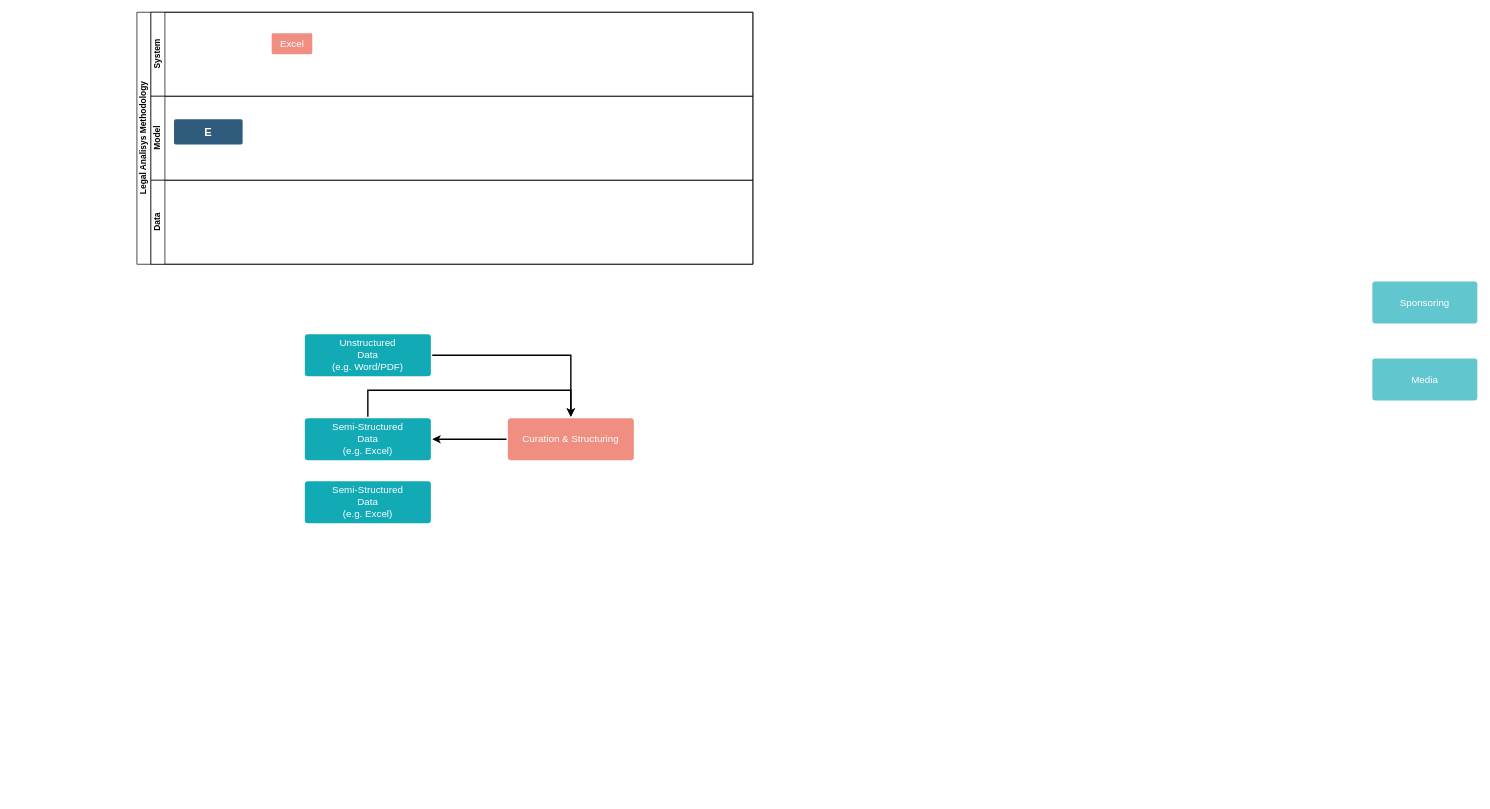
The draw.io diagram docs/lam vision.drawio in meaningfy-ws/lam4vb3, before the edit. Source tidied: cells renumbered, new cells numbered last; positions are measured from the earlier drawing's top-left corner, leaving out a move shared by most shapes. Both pictures are drawn from the tidied source at 70%, with x=0, y=0 at pixel (136, 12).
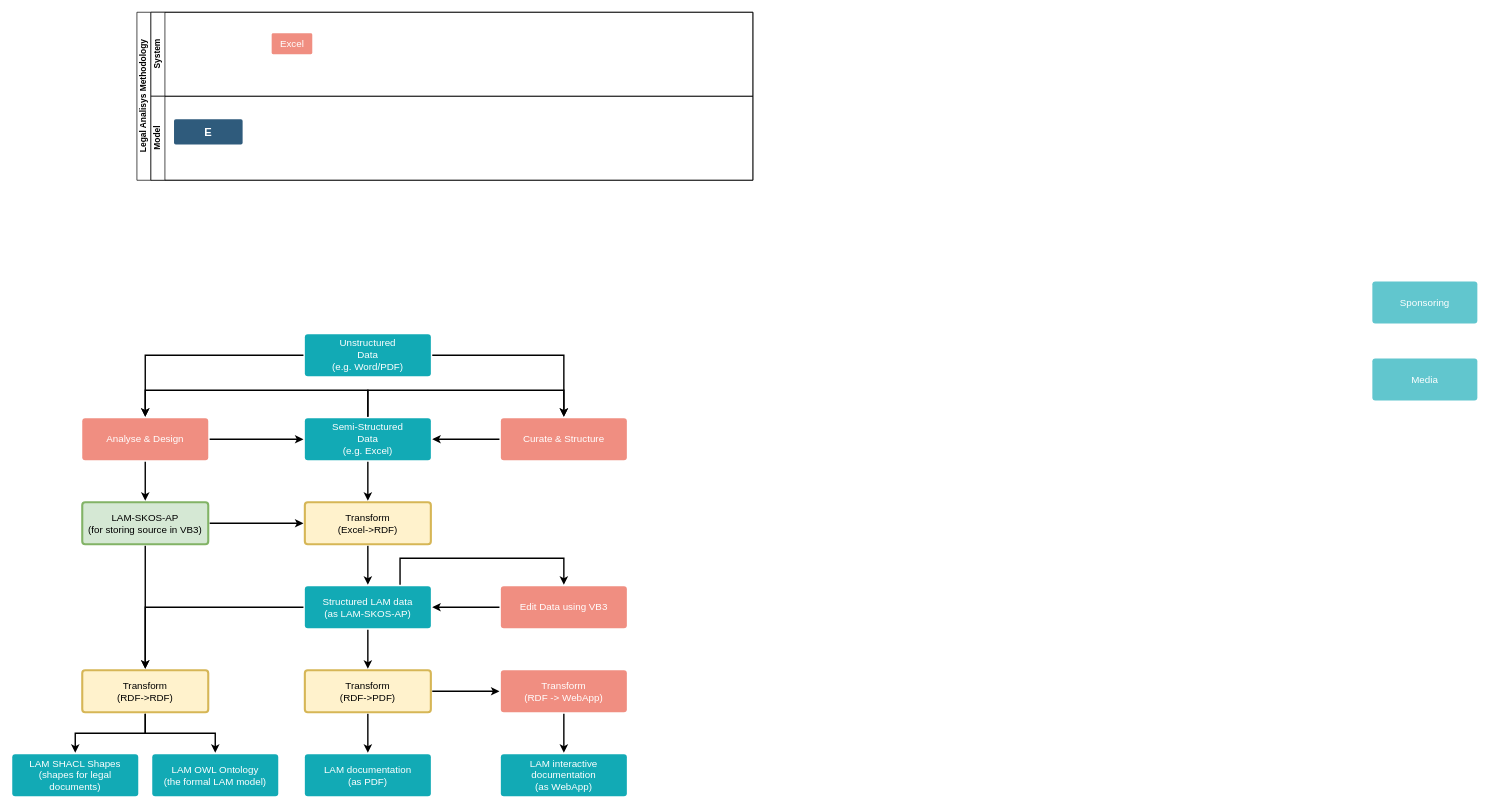
The same diagram, later.

The change refers to these unchanged cells:
```xml
<mxCell id="11" value="&lt;span style=&quot;font-weight: normal&quot;&gt;Semi-Structured&lt;br&gt;Data&lt;br&gt;(e.g. Excel)&lt;/span&gt;&lt;br&gt;" style="rounded=1;whiteSpace=wrap;html=1;shadow=0;labelBackgroundColor=none;strokeColor=none;strokeWidth=3;fillColor=#12aab5;fontFamily=Helvetica;fontSize=14;fontColor=#FFFFFF;align=center;spacing=5;fontStyle=1;arcSize=7;perimeterSpacing=2;" parent="1" vertex="1">
  <mxGeometry x="240" y="580" width="180" height="60" as="geometry" />
</mxCell>
<mxCell id="13" value="&lt;span style=&quot;font-weight: normal&quot;&gt;Unstructured&lt;br&gt;Data&lt;br&gt;(e.g. Word/PDF)&lt;/span&gt;&lt;br&gt;" style="rounded=1;whiteSpace=wrap;html=1;shadow=0;labelBackgroundColor=none;strokeColor=none;strokeWidth=3;fillColor=#12aab5;fontFamily=Helvetica;fontSize=14;fontColor=#FFFFFF;align=center;spacing=5;fontStyle=1;arcSize=7;perimeterSpacing=2;" parent="1" vertex="1">
  <mxGeometry x="240" y="460" width="180" height="60" as="geometry" />
</mxCell>
```

What changed in the source:
```diff
@@
     <mxCell id="4" value="Legal Analisys Methodology" style="swimlane;html=1;horizontal=0;startSize=20;" parent="1" vertex="1">
-      <mxGeometry x="0.1" width="880" height="360" as="geometry" />
+      <mxGeometry x="0.1" width="880" height="240" as="geometry" />
     </mxCell>
@@
-    <mxCell id="9" value="Data" style="swimlane;html=1;startSize=20;horizontal=0;" parent="4" vertex="1">
-      <mxGeometry x="20" y="240" width="860" height="120" as="geometry" />
-    </mxCell>
-    <mxCell id="10" style="edgeStyle=orthogonalEdgeStyle;rounded=0;jettySize=auto;html=1;strokeWidth=2;exitX=0.5;exitY=0;exitDx=0;exitDy=0;" parent="1" edge="1" source="11">
+    <mxCell id="10" style="edgeStyle=orthogonalEdgeStyle;rounded=0;jettySize=auto;html=1;strokeWidth=2;exitX=0.5;exitY=0;exitDx=0;exitDy=0;entryX=0.5;entryY=0;entryDx=0;entryDy=0;" parent="1" edge="1" source="11" target="15">
       <mxGeometry relative="1" as="geometry">
-        <mxPoint x="620" y="578" as="targetPoint" />
         <Array as="points">
           <mxPoint x="330" y="540" />
-          <mxPoint x="620" y="540" />
+          <mxPoint x="610" y="540" />
         </Array>
       </mxGeometry>
     </mxCell>
+    <mxCell id="17" style="edgeStyle=orthogonalEdgeStyle;rounded=0;jettySize=auto;html=1;strokeWidth=2;exitX=0.5;exitY=1;exitDx=0;exitDy=0;entryX=0.5;entryY=0;entryDx=0;entryDy=0;" parent="1" edge="1" source="11" target="26">
+      <mxGeometry relative="1" as="geometry" />
+    </mxCell>
+    <mxCell id="18" style="edgeStyle=orthogonalEdgeStyle;rounded=0;jettySize=auto;html=1;entryX=0.5;entryY=0;entryDx=0;entryDy=0;strokeWidth=2;" parent="1" edge="1" source="11" target="24">
+      <mxGeometry relative="1" as="geometry">
+        <Array as="points">
+          <mxPoint x="330" y="540" />
+          <mxPoint x="12" y="540" />
+        </Array>
+      </mxGeometry>
+    </mxCell>
@@
+    <mxCell id="19" style="edgeStyle=orthogonalEdgeStyle;rounded=0;jettySize=auto;html=1;strokeWidth=2;" parent="1" edge="1" source="13" target="24">
+      <mxGeometry relative="1" as="geometry" />
+    </mxCell>
@@
-    <mxCell id="15" value="Curation &amp;amp; Structuring" style="rounded=1;whiteSpace=wrap;html=1;shadow=0;labelBackgroundColor=none;strokeColor=none;strokeWidth=3;fillColor=#f08e81;fontFamily=Helvetica;fontSize=14;fontColor=#FFFFFF;align=center;spacing=5;fontStyle=0;arcSize=7;perimeterSpacing=2;" parent="1" vertex="1">
-      <mxGeometry x="530" y="580" width="180" height="60" as="geometry" />
+    <mxCell id="15" value="Curate &amp;amp; Structure" style="rounded=1;whiteSpace=wrap;html=1;shadow=0;labelBackgroundColor=none;strokeColor=none;strokeWidth=3;fillColor=#f08e81;fontFamily=Helvetica;fontSize=14;fontColor=#FFFFFF;align=center;spacing=5;fontStyle=0;arcSize=7;perimeterSpacing=2;" parent="1" vertex="1">
+      <mxGeometry x="520" y="580" width="180" height="60" as="geometry" />
     </mxCell>
+    <mxCell id="20" style="edgeStyle=orthogonalEdgeStyle;rounded=0;jettySize=auto;html=1;entryX=0;entryY=0.5;entryDx=0;entryDy=0;strokeWidth=2;" parent="1" edge="1" source="16" target="26">
+      <mxGeometry relative="1" as="geometry" />
+    </mxCell>
+    <mxCell id="21" style="edgeStyle=orthogonalEdgeStyle;rounded=0;jettySize=auto;html=1;strokeWidth=2;" parent="1" edge="1" source="16" target="42">
+      <mxGeometry relative="1" as="geometry" />
+    </mxCell>
-    <mxCell id="16" value="&lt;span style=&quot;font-weight: normal&quot;&gt;Semi-Structured&lt;br&gt;Data&lt;br&gt;(e.g. Excel)&lt;/span&gt;&lt;br&gt;" style="rounded=1;whiteSpace=wrap;html=1;shadow=0;labelBackgroundColor=none;strokeColor=none;strokeWidth=3;fillColor=#12aab5;fontFamily=Helvetica;fontSize=14;fontColor=#FFFFFF;align=center;spacing=5;fontStyle=1;arcSize=7;perimeterSpacing=2;" parent="1" vertex="1">
-      <mxGeometry x="240" y="670" width="180" height="60" as="geometry" />
+    <mxCell id="16" value="&lt;span style=&quot;font-weight: normal&quot;&gt;LAM-SKOS-AP&lt;br&gt;(for storing source in VB3)&lt;/span&gt;&lt;br&gt;" style="rounded=1;whiteSpace=wrap;html=1;shadow=0;labelBackgroundColor=none;strokeColor=#82b366;strokeWidth=3;fillColor=#d5e8d4;fontFamily=Helvetica;fontSize=14;align=center;spacing=5;fontStyle=1;arcSize=7;perimeterSpacing=2;" parent="1" vertex="1">
+      <mxGeometry x="-78" y="700" width="180" height="60" as="geometry" />
     </mxCell>
+    <mxCell id="22" style="edgeStyle=orthogonalEdgeStyle;rounded=0;jettySize=auto;html=1;strokeWidth=2;" parent="1" edge="1" source="24" target="11">
+      <mxGeometry relative="1" as="geometry" />
+    </mxCell>
+    <mxCell id="23" style="edgeStyle=orthogonalEdgeStyle;rounded=0;jettySize=auto;html=1;strokeWidth=2;entryX=0.5;entryY=0;entryDx=0;entryDy=0;" parent="1" edge="1" source="24" target="16">
+      <mxGeometry relative="1" as="geometry" />
+    </mxCell>
+    <mxCell id="24" value="Analyse &amp;amp; Design" style="rounded=1;whiteSpace=wrap;html=1;shadow=0;labelBackgroundColor=none;strokeColor=none;strokeWidth=3;fillColor=#f08e81;fontFamily=Helvetica;fontSize=14;fontColor=#FFFFFF;align=center;spacing=5;fontStyle=0;arcSize=7;perimeterSpacing=2;" parent="1" vertex="1">
+      <mxGeometry x="-78" y="580" width="180" height="60" as="geometry" />
+    </mxCell>
+    <mxCell id="25" style="edgeStyle=orthogonalEdgeStyle;rounded=0;jettySize=auto;html=1;strokeWidth=2;" parent="1" edge="1" source="26" target="30">
+      <mxGeometry relative="1" as="geometry" />
+    </mxCell>
+    <mxCell id="26" value="Transform&lt;br&gt;(Excel-&amp;gt;RDF)&lt;br&gt;" style="rounded=1;whiteSpace=wrap;html=1;shadow=0;labelBackgroundColor=none;strokeColor=#d6b656;strokeWidth=3;fillColor=#fff2cc;fontFamily=Helvetica;fontSize=14;align=center;spacing=5;fontStyle=0;arcSize=7;perimeterSpacing=2;" parent="1" vertex="1">
+      <mxGeometry x="240" y="700" width="180" height="60" as="geometry" />
+    </mxCell>
+    <mxCell id="27" style="edgeStyle=orthogonalEdgeStyle;rounded=0;jettySize=auto;html=1;entryX=0.5;entryY=0;entryDx=0;entryDy=0;strokeWidth=2;exitX=0.75;exitY=0;exitDx=0;exitDy=0;" parent="1" edge="1" source="30" target="32">
+      <mxGeometry relative="1" as="geometry">
+        <Array as="points">
+          <mxPoint x="376" y="780" />
+          <mxPoint x="610" y="780" />
+        </Array>
+      </mxGeometry>
+    </mxCell>
+    <mxCell id="28" style="edgeStyle=orthogonalEdgeStyle;rounded=0;jettySize=auto;html=1;strokeWidth=2;" parent="1" edge="1" source="30" target="35">
+      <mxGeometry relative="1" as="geometry" />
+    </mxCell>
+    <mxCell id="29" style="edgeStyle=orthogonalEdgeStyle;rounded=0;jettySize=auto;html=1;strokeWidth=2;" parent="1" edge="1" source="30" target="42">
+      <mxGeometry relative="1" as="geometry" />
+    </mxCell>
+    <mxCell id="30" value="&lt;span style=&quot;font-weight: normal&quot;&gt;Structured LAM data&lt;br&gt;(as LAM-SKOS-AP)&lt;/span&gt;&lt;br&gt;" style="rounded=1;whiteSpace=wrap;html=1;shadow=0;labelBackgroundColor=none;strokeColor=none;strokeWidth=3;fillColor=#12aab5;fontFamily=Helvetica;fontSize=14;fontColor=#FFFFFF;align=center;spacing=5;fontStyle=1;arcSize=7;perimeterSpacing=2;" parent="1" vertex="1">
+      <mxGeometry x="240" y="820" width="180" height="60" as="geometry" />
+    </mxCell>
+    <mxCell id="31" style="edgeStyle=orthogonalEdgeStyle;rounded=0;jettySize=auto;html=1;strokeWidth=2;" parent="1" edge="1" source="32" target="30">
+      <mxGeometry relative="1" as="geometry" />
+    </mxCell>
+    <mxCell id="32" value="Edit Data using VB3" style="rounded=1;whiteSpace=wrap;html=1;shadow=0;labelBackgroundColor=none;strokeColor=none;strokeWidth=3;fillColor=#f08e81;fontFamily=Helvetica;fontSize=14;fontColor=#FFFFFF;align=center;spacing=5;fontStyle=0;arcSize=7;perimeterSpacing=2;" parent="1" vertex="1">
+      <mxGeometry x="520" y="820" width="180" height="60" as="geometry" />
+    </mxCell>
+    <mxCell id="33" style="edgeStyle=orthogonalEdgeStyle;rounded=0;jettySize=auto;html=1;strokeWidth=2;" parent="1" edge="1" source="35" target="36">
+      <mxGeometry relative="1" as="geometry" />
+    </mxCell>
+    <mxCell id="34" style="edgeStyle=orthogonalEdgeStyle;rounded=0;jettySize=auto;html=1;strokeWidth=2;" parent="1" edge="1" source="35" target="39">
+      <mxGeometry relative="1" as="geometry" />
+    </mxCell>
+    <mxCell id="35" value="Transform&lt;br&gt;(RDF-&amp;gt;PDF)&lt;br&gt;" style="rounded=1;whiteSpace=wrap;html=1;shadow=0;labelBackgroundColor=none;strokeColor=#d6b656;strokeWidth=3;fillColor=#fff2cc;fontFamily=Helvetica;fontSize=14;align=center;spacing=5;fontStyle=0;arcSize=7;perimeterSpacing=2;" parent="1" vertex="1">
+      <mxGeometry x="240" y="940" width="180" height="60" as="geometry" />
+    </mxCell>
+    <mxCell id="36" value="&lt;span style=&quot;font-weight: normal&quot;&gt;LAM documentation&lt;br&gt;(as PDF)&lt;/span&gt;&lt;br&gt;" style="rounded=1;whiteSpace=wrap;html=1;shadow=0;labelBackgroundColor=none;strokeColor=none;strokeWidth=3;fillColor=#12aab5;fontFamily=Helvetica;fontSize=14;fontColor=#FFFFFF;align=center;spacing=5;fontStyle=1;arcSize=7;perimeterSpacing=2;" parent="1" vertex="1">
+      <mxGeometry x="240" y="1060" width="180" height="60" as="geometry" />
+    </mxCell>
+    <mxCell id="37" value="&lt;span style=&quot;font-weight: normal&quot;&gt;LAM interactive documentation&lt;br&gt;(as WebApp)&lt;/span&gt;&lt;br&gt;" style="rounded=1;whiteSpace=wrap;html=1;shadow=0;labelBackgroundColor=none;strokeColor=none;strokeWidth=3;fillColor=#12aab5;fontFamily=Helvetica;fontSize=14;fontColor=#FFFFFF;align=center;spacing=5;fontStyle=1;arcSize=7;perimeterSpacing=2;" parent="1" vertex="1">
+      <mxGeometry x="520" y="1060" width="180" height="60" as="geometry" />
+    </mxCell>
+    <mxCell id="38" style="edgeStyle=orthogonalEdgeStyle;rounded=0;jettySize=auto;html=1;entryX=0.5;entryY=0;entryDx=0;entryDy=0;strokeWidth=2;" parent="1" edge="1" source="39" target="37">
+      <mxGeometry relative="1" as="geometry" />
+    </mxCell>
+    <mxCell id="39" value="Transform &lt;br&gt;(RDF -&amp;gt; WebApp)" style="rounded=1;whiteSpace=wrap;html=1;shadow=0;labelBackgroundColor=none;strokeColor=none;strokeWidth=3;fillColor=#f08e81;fontFamily=Helvetica;fontSize=14;fontColor=#FFFFFF;align=center;spacing=5;fontStyle=0;arcSize=7;perimeterSpacing=2;" parent="1" vertex="1">
+      <mxGeometry x="520" y="940" width="180" height="60" as="geometry" />
+    </mxCell>
+    <mxCell id="40" style="edgeStyle=orthogonalEdgeStyle;rounded=0;jettySize=auto;html=1;strokeWidth=2;" parent="1" edge="1" source="42" target="43">
+      <mxGeometry relative="1" as="geometry" />
+    </mxCell>
+    <mxCell id="41" style="edgeStyle=orthogonalEdgeStyle;rounded=0;jettySize=auto;html=1;strokeWidth=2;" parent="1" edge="1" source="42" target="44">
+      <mxGeometry relative="1" as="geometry" />
+    </mxCell>
+    <mxCell id="42" value="Transform&lt;br&gt;(RDF-&amp;gt;RDF)&lt;br&gt;" style="rounded=1;whiteSpace=wrap;html=1;shadow=0;labelBackgroundColor=none;strokeColor=#d6b656;strokeWidth=3;fillColor=#fff2cc;fontFamily=Helvetica;fontSize=14;align=center;spacing=5;fontStyle=0;arcSize=7;perimeterSpacing=2;" parent="1" vertex="1">
+      <mxGeometry x="-78" y="940" width="180" height="60" as="geometry" />
+    </mxCell>
+    <mxCell id="43" value="&lt;span style=&quot;font-weight: normal&quot;&gt;LAM SHACL Shapes&lt;br&gt;(shapes for legal documents)&lt;/span&gt;&lt;br&gt;" style="rounded=1;whiteSpace=wrap;html=1;shadow=0;labelBackgroundColor=none;strokeColor=none;strokeWidth=3;fillColor=#12aab5;fontFamily=Helvetica;fontSize=14;fontColor=#FFFFFF;align=center;spacing=5;fontStyle=1;arcSize=7;perimeterSpacing=2;" parent="1" vertex="1">
+      <mxGeometry x="-178" y="1060" width="180" height="60" as="geometry" />
+    </mxCell>
+    <mxCell id="44" value="&lt;span style=&quot;font-weight: normal&quot;&gt;LAM OWL Ontology&lt;br&gt;(the formal LAM model)&lt;/span&gt;&lt;br&gt;" style="rounded=1;whiteSpace=wrap;html=1;shadow=0;labelBackgroundColor=none;strokeColor=none;strokeWidth=3;fillColor=#12aab5;fontFamily=Helvetica;fontSize=14;fontColor=#FFFFFF;align=center;spacing=5;fontStyle=1;arcSize=7;perimeterSpacing=2;" parent="1" vertex="1">
+      <mxGeometry x="22" y="1060" width="180" height="60" as="geometry" />
+    </mxCell>
```
